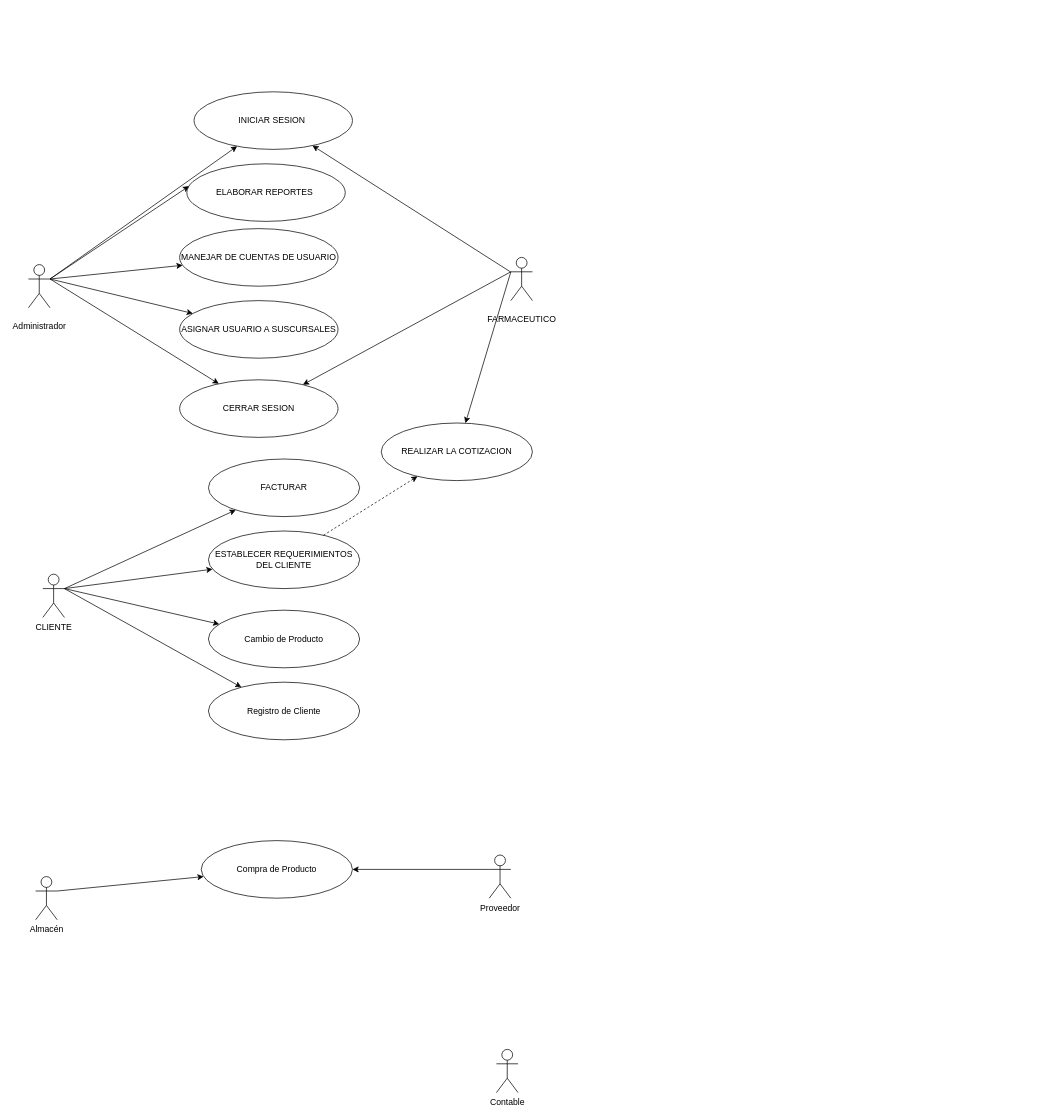
Earlier version of the draw.io diagram casos_de_uso.drawio (tomyivan/diagramas-DB). Source tidied: cells renumbered, new cells numbered last; positions are measured from the earlier drawing's top-left corner, leaving out a move shared by most shapes. Both pictures are drawn from the tidied source at 72%, with x=0, y=0 at pixel (28, 91).
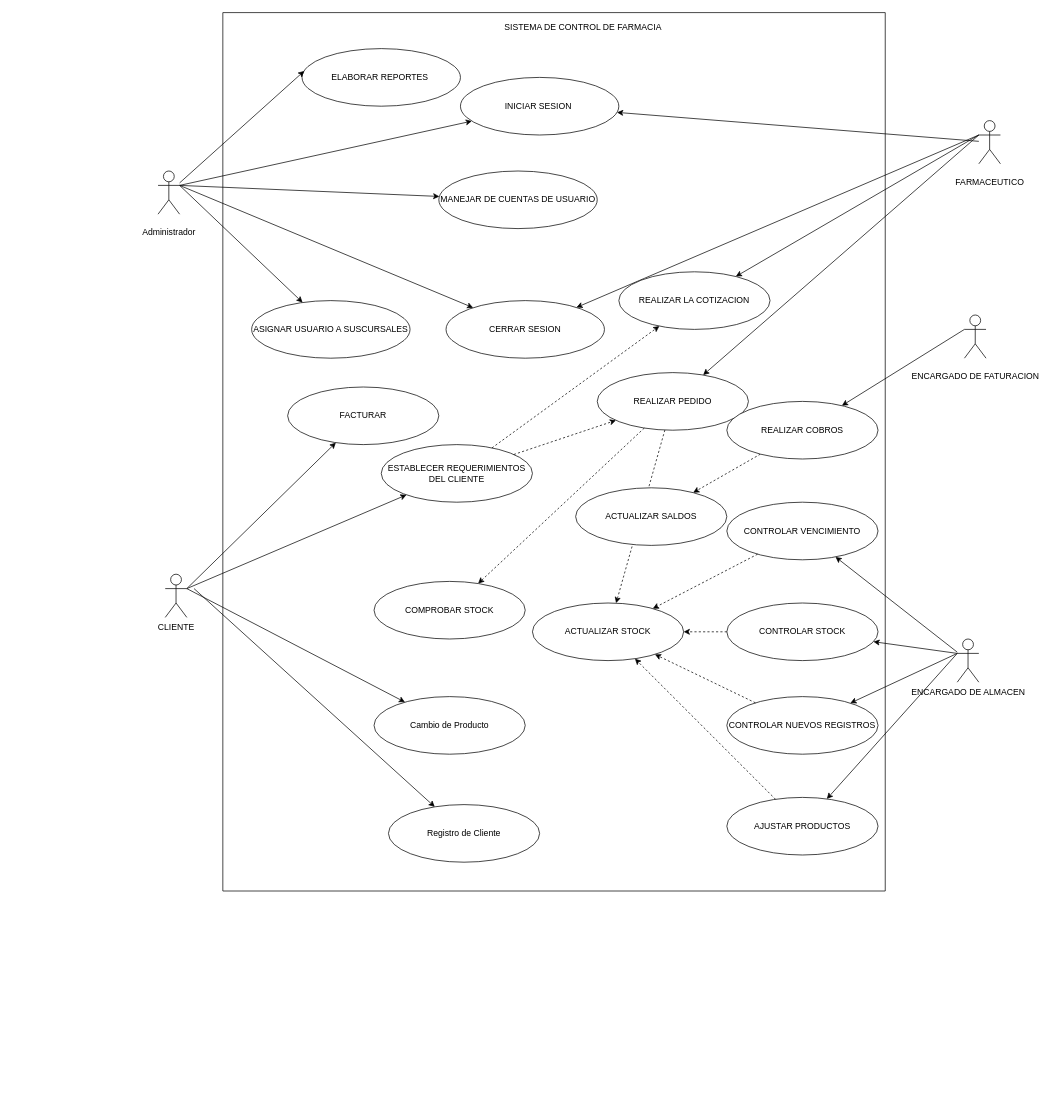
The same diagram, later.

Change to the diagram source:
```diff
@@
     <mxCell id="2" value="CLIENTE" style="shape=umlActor;verticalLabelPosition=bottom;verticalAlign=top;html=1;outlineConnect=0;" parent="1" vertex="1">
-      <mxGeometry x="20" y="670" width="30" height="60" as="geometry" />
+      <mxGeometry x="190" y="670" width="30" height="60" as="geometry" />
     </mxCell>
     <mxCell id="3" value="FACTURAR" style="ellipse;whiteSpace=wrap;html=1;" parent="1" vertex="1">
-      <mxGeometry x="250" y="510" width="210" height="80" as="geometry" />
+      <mxGeometry x="360" y="410" width="210" height="80" as="geometry" />
     </mxCell>
     <mxCell id="4" value="&lt;p class=&quot;MsoNormal&quot;&gt;Administrador&lt;/p&gt;" style="shape=umlActor;verticalLabelPosition=bottom;verticalAlign=top;html=1;outlineConnect=0;" parent="1" vertex="1">
-      <mxGeometry y="240" width="30" height="60" as="geometry" />
+      <mxGeometry x="180" y="110" width="30" height="60" as="geometry" />
     </mxCell>
-    <mxCell id="5" value="Contable" style="shape=umlActor;verticalLabelPosition=bottom;verticalAlign=top;html=1;outlineConnect=0;" parent="1" vertex="1">
-      <mxGeometry x="650" y="1330" width="30" height="60" as="geometry" />
+    <mxCell id="5" value="ENCARGADO DE ALMACEN" style="shape=umlActor;verticalLabelPosition=bottom;verticalAlign=top;html=1;outlineConnect=0;" parent="1" vertex="1">
+      <mxGeometry x="1290" y="760" width="30" height="60" as="geometry" />
     </mxCell>
-    <mxCell id="6" value="Almacén" style="shape=umlActor;verticalLabelPosition=bottom;verticalAlign=top;html=1;outlineConnect=0;" parent="1" vertex="1">
-      <mxGeometry x="10" y="1090" width="30" height="60" as="geometry" />
-    </mxCell>
-    <mxCell id="7" value="Proveedor" style="shape=umlActor;verticalLabelPosition=bottom;verticalAlign=top;html=1;outlineConnect=0;" parent="1" vertex="1">
-      <mxGeometry x="640" y="1060" width="30" height="60" as="geometry" />
-    </mxCell>
     <mxCell id="8" value="ESTABLECER REQUERIMIENTOS DEL CLIENTE" style="ellipse;whiteSpace=wrap;html=1;" parent="1" vertex="1">
-      <mxGeometry x="250" y="610" width="210" height="80" as="geometry" />
+      <mxGeometry x="490" y="490" width="210" height="80" as="geometry" />
     </mxCell>
     <mxCell id="9" value="Cambio de Producto" style="ellipse;whiteSpace=wrap;html=1;" parent="1" vertex="1">
-      <mxGeometry x="250" y="720" width="210" height="80" as="geometry" />
+      <mxGeometry x="480" y="840" width="210" height="80" as="geometry" />
     </mxCell>
@@
-    <mxCell id="13" value="Compra de Producto" style="ellipse;whiteSpace=wrap;html=1;" parent="1" vertex="1">
-      <mxGeometry x="240" y="1040" width="210" height="80" as="geometry" />
-    </mxCell>
-    <mxCell id="14" style="endArrow=classic;html=1;rounded=0;exitX=1;exitY=0.3333333333333333;exitDx=0;exitDy=0;exitPerimeter=0;" parent="1" edge="1" source="6" target="13">
-      <mxGeometry relative="1" as="geometry" />
-    </mxCell>
-    <mxCell id="15" style="endArrow=classic;html=1;rounded=0;entryX=1;entryY=0.5;entryDx=0;entryDy=0;exitX=0;exitY=0.3333333333333333;exitDx=0;exitDy=0;exitPerimeter=0;" parent="1" edge="1" source="7" target="13">
-      <mxGeometry relative="1" as="geometry" />
-    </mxCell>
     <mxCell id="16" value="Registro de Cliente" style="ellipse;whiteSpace=wrap;html=1;" parent="1" vertex="1">
-      <mxGeometry x="250" y="820" width="210" height="80" as="geometry" />
+      <mxGeometry x="500" y="990" width="210" height="80" as="geometry" />
     </mxCell>
     <mxCell id="17" style="endArrow=classic;html=1;rounded=0;" parent="1" edge="1" target="16">
       <mxGeometry relative="1" as="geometry">
-        <mxPoint x="50" y="690" as="sourcePoint" />
+        <mxPoint x="230" y="690" as="sourcePoint" />
       </mxGeometry>
     </mxCell>
@@
     <mxCell id="19" value="INICIAR SESION&amp;nbsp;" style="ellipse;whiteSpace=wrap;html=1;" parent="1" vertex="1">
-      <mxGeometry x="230" width="220" height="80" as="geometry" />
+      <mxGeometry x="600" y="-20" width="220" height="80" as="geometry" />
     </mxCell>
     <mxCell id="20" value="ELABORAR REPORTES&amp;nbsp;" style="ellipse;whiteSpace=wrap;html=1;" parent="1" vertex="1">
-      <mxGeometry x="220" y="100" width="220" height="80" as="geometry" />
+      <mxGeometry x="380" y="-60" width="220" height="80" as="geometry" />
     </mxCell>
     <mxCell id="21" value="MANEJAR DE CUENTAS DE USUARIO" style="ellipse;whiteSpace=wrap;html=1;" parent="1" vertex="1">
-      <mxGeometry x="210" y="190" width="220" height="80" as="geometry" />
+      <mxGeometry x="570" y="110" width="220" height="80" as="geometry" />
     </mxCell>
     <mxCell id="22" value="ASIGNAR USUARIO A SUSCURSALES" style="ellipse;whiteSpace=wrap;html=1;" parent="1" vertex="1">
-      <mxGeometry x="210" y="290" width="220" height="80" as="geometry" />
+      <mxGeometry x="310" y="290" width="220" height="80" as="geometry" />
     </mxCell>
     <mxCell id="23" value="CERRAR SESION" style="ellipse;whiteSpace=wrap;html=1;" parent="1" vertex="1">
-      <mxGeometry x="210" y="400" width="220" height="80" as="geometry" />
+      <mxGeometry x="580" y="290" width="220" height="80" as="geometry" />
     </mxCell>
     <mxCell id="24" value="&lt;p class=&quot;MsoNormal&quot;&gt;FARMACEUTICO&lt;/p&gt;" style="shape=umlActor;verticalLabelPosition=bottom;verticalAlign=top;html=1;outlineConnect=0;" parent="1" vertex="1">
-      <mxGeometry x="670" y="230" width="30" height="60" as="geometry" />
+      <mxGeometry x="1320" y="40" width="30" height="60" as="geometry" />
     </mxCell>
@@
-    <mxCell id="26" style="endArrow=classic;html=1;rounded=0;" parent="1" edge="1" target="21">
-      <mxGeometry relative="1" as="geometry">
-        <mxPoint x="30" y="260" as="sourcePoint" />
-      </mxGeometry>
+    <mxCell id="26" style="endArrow=classic;html=1;rounded=0;exitX=1;exitY=0.3333333333333333;exitDx=0;exitDy=0;exitPerimeter=0;" parent="1" edge="1" source="4" target="21">
+      <mxGeometry relative="1" as="geometry" />
     </mxCell>
-    <mxCell id="27" style="endArrow=classic;html=1;rounded=0;" parent="1" edge="1" target="22">
-      <mxGeometry relative="1" as="geometry">
-        <mxPoint x="30" y="260" as="sourcePoint" />
-      </mxGeometry>
+    <mxCell id="27" style="endArrow=classic;html=1;rounded=0;exitX=1;exitY=0.3333333333333333;exitDx=0;exitDy=0;exitPerimeter=0;" parent="1" edge="1" source="4" target="22">
+      <mxGeometry relative="1" as="geometry" />
     </mxCell>
-    <mxCell id="28" style="endArrow=classic;html=1;rounded=0;" parent="1" edge="1" target="23">
-      <mxGeometry relative="1" as="geometry">
-        <mxPoint x="30" y="260" as="sourcePoint" />
-      </mxGeometry>
+    <mxCell id="28" style="endArrow=classic;html=1;rounded=0;exitX=1;exitY=0.3333333333333333;exitDx=0;exitDy=0;exitPerimeter=0;" parent="1" edge="1" source="4" target="23">
+      <mxGeometry relative="1" as="geometry" />
     </mxCell>
@@
     <mxCell id="31" value="REALIZAR LA COTIZACION" style="ellipse;whiteSpace=wrap;html=1;" parent="1" vertex="1">
-      <mxGeometry x="490" y="460" width="210" height="80" as="geometry" />
+      <mxGeometry x="820" y="250" width="210" height="80" as="geometry" />
     </mxCell>
@@
+    <mxCell id="34" style="endArrow=classic;html=1;rounded=0;dashed=1;" parent="1" edge="1" source="8" target="35">
+      <mxGeometry relative="1" as="geometry" />
+    </mxCell>
+    <mxCell id="35" value="REALIZAR PEDIDO" style="ellipse;whiteSpace=wrap;html=1;" parent="1" vertex="1">
+      <mxGeometry x="790" y="390" width="210" height="80" as="geometry" />
+    </mxCell>
+    <mxCell id="36" value="COMPROBAR STOCK" style="ellipse;whiteSpace=wrap;html=1;" parent="1" vertex="1">
+      <mxGeometry x="480" y="680" width="210" height="80" as="geometry" />
+    </mxCell>
+    <mxCell id="37" style="endArrow=classic;html=1;rounded=0;dashed=1;" parent="1" edge="1" source="35" target="36">
+      <mxGeometry relative="1" as="geometry" />
+    </mxCell>
+    <mxCell id="38" style="endArrow=classic;html=1;rounded=0;exitX=0;exitY=0.3333333333333333;exitDx=0;exitDy=0;exitPerimeter=0;" parent="1" edge="1" source="24" target="35">
+      <mxGeometry relative="1" as="geometry" />
+    </mxCell>
+    <mxCell id="39" value="ACTUALIZAR STOCK" style="ellipse;whiteSpace=wrap;html=1;" parent="1" vertex="1">
+      <mxGeometry x="700" y="710" width="210" height="80" as="geometry" />
+    </mxCell>
+    <mxCell id="40" style="endArrow=classic;html=1;rounded=0;dashed=1;" parent="1" edge="1" source="35" target="39">
+      <mxGeometry relative="1" as="geometry" />
+    </mxCell>
+    <mxCell id="41" value="ACTUALIZAR SALDOS" style="ellipse;whiteSpace=wrap;html=1;" parent="1" vertex="1">
+      <mxGeometry x="760" y="550" width="210" height="80" as="geometry" />
+    </mxCell>
+    <mxCell id="42" style="endArrow=classic;html=1;rounded=0;dashed=1;" parent="1" edge="1" source="58" target="41">
+      <mxGeometry relative="1" as="geometry" />
+    </mxCell>
+    <mxCell id="43" value="&lt;p class=&quot;MsoNormal&quot;&gt;ENCARGADO DE FATURACION&lt;/p&gt;" style="shape=umlActor;verticalLabelPosition=bottom;verticalAlign=top;html=1;outlineConnect=0;" parent="1" vertex="1">
+      <mxGeometry x="1300" y="310" width="30" height="60" as="geometry" />
+    </mxCell>
+    <mxCell id="44" style="endArrow=classic;html=1;rounded=0;exitX=0;exitY=0.3333333333333333;exitDx=0;exitDy=0;exitPerimeter=0;" parent="1" edge="1" source="43" target="58">
+      <mxGeometry relative="1" as="geometry" />
+    </mxCell>
+    <mxCell id="45" value="CONTROLAR VENCIMIENTO" style="ellipse;whiteSpace=wrap;html=1;" parent="1" vertex="1">
+      <mxGeometry x="970" y="570" width="210" height="80" as="geometry" />
+    </mxCell>
+    <mxCell id="46" value="CONTROLAR STOCK" style="ellipse;whiteSpace=wrap;html=1;" parent="1" vertex="1">
+      <mxGeometry x="970" y="710" width="210" height="80" as="geometry" />
+    </mxCell>
+    <mxCell id="47" value="CONTROLAR NUEVOS REGISTROS" style="ellipse;whiteSpace=wrap;html=1;" parent="1" vertex="1">
+      <mxGeometry x="970" y="840" width="210" height="80" as="geometry" />
+    </mxCell>
+    <mxCell id="48" value="AJUSTAR PRODUCTOS" style="ellipse;whiteSpace=wrap;html=1;" parent="1" vertex="1">
+      <mxGeometry x="970" y="980" width="210" height="80" as="geometry" />
+    </mxCell>
+    <mxCell id="49" style="endArrow=classic;html=1;rounded=0;" parent="1" edge="1" source="5" target="45">
+      <mxGeometry relative="1" as="geometry" />
+    </mxCell>
+    <mxCell id="50" style="endArrow=classic;html=1;rounded=0;" parent="1" edge="1" target="47">
+      <mxGeometry relative="1" as="geometry">
+        <mxPoint x="1290" y="780" as="sourcePoint" />
+      </mxGeometry>
+    </mxCell>
+    <mxCell id="51" style="endArrow=classic;html=1;rounded=0;" parent="1" edge="1" target="48">
+      <mxGeometry relative="1" as="geometry">
+        <mxPoint x="1290" y="780" as="sourcePoint" />
+      </mxGeometry>
+    </mxCell>
+    <mxCell id="52" style="endArrow=classic;html=1;rounded=0;exitX=0;exitY=0.3333333333333333;exitDx=0;exitDy=0;exitPerimeter=0;" parent="1" edge="1" source="5" target="46">
+      <mxGeometry relative="1" as="geometry" />
+    </mxCell>
+    <mxCell id="53" style="endArrow=classic;html=1;rounded=0;dashed=1;" parent="1" edge="1" source="45" target="39">
+      <mxGeometry relative="1" as="geometry" />
+    </mxCell>
+    <mxCell id="54" style="endArrow=classic;html=1;rounded=0;dashed=1;" parent="1" edge="1" source="46" target="39">
+      <mxGeometry relative="1" as="geometry" />
+    </mxCell>
+    <mxCell id="55" style="endArrow=classic;html=1;rounded=0;dashed=1;" parent="1" edge="1" source="47" target="39">
+      <mxGeometry relative="1" as="geometry" />
+    </mxCell>
+    <mxCell id="56" style="endArrow=classic;html=1;rounded=0;dashed=1;" parent="1" edge="1" source="48" target="39">
+      <mxGeometry relative="1" as="geometry" />
+    </mxCell>
+    <mxCell id="57" style="swimlane;startSize=0;" parent="1" vertex="1">
+      <mxGeometry x="270" y="-110" width="920" height="1220" as="geometry" />
+    </mxCell>
+    <mxCell id="58" value="REALIZAR COBROS" style="ellipse;whiteSpace=wrap;html=1;" parent="57" vertex="1">
+      <mxGeometry x="700" y="540" width="210" height="80" as="geometry" />
+    </mxCell>
+    <mxCell id="59" value="SISTEMA DE CONTROL DE FARMACIA" style="text;html=1;align=center;verticalAlign=middle;strokeColor=none;fillColor=none;" parent="57" vertex="1">
+      <mxGeometry x="380" y="5.5" width="240" height="30" as="geometry" />
+    </mxCell>
```
